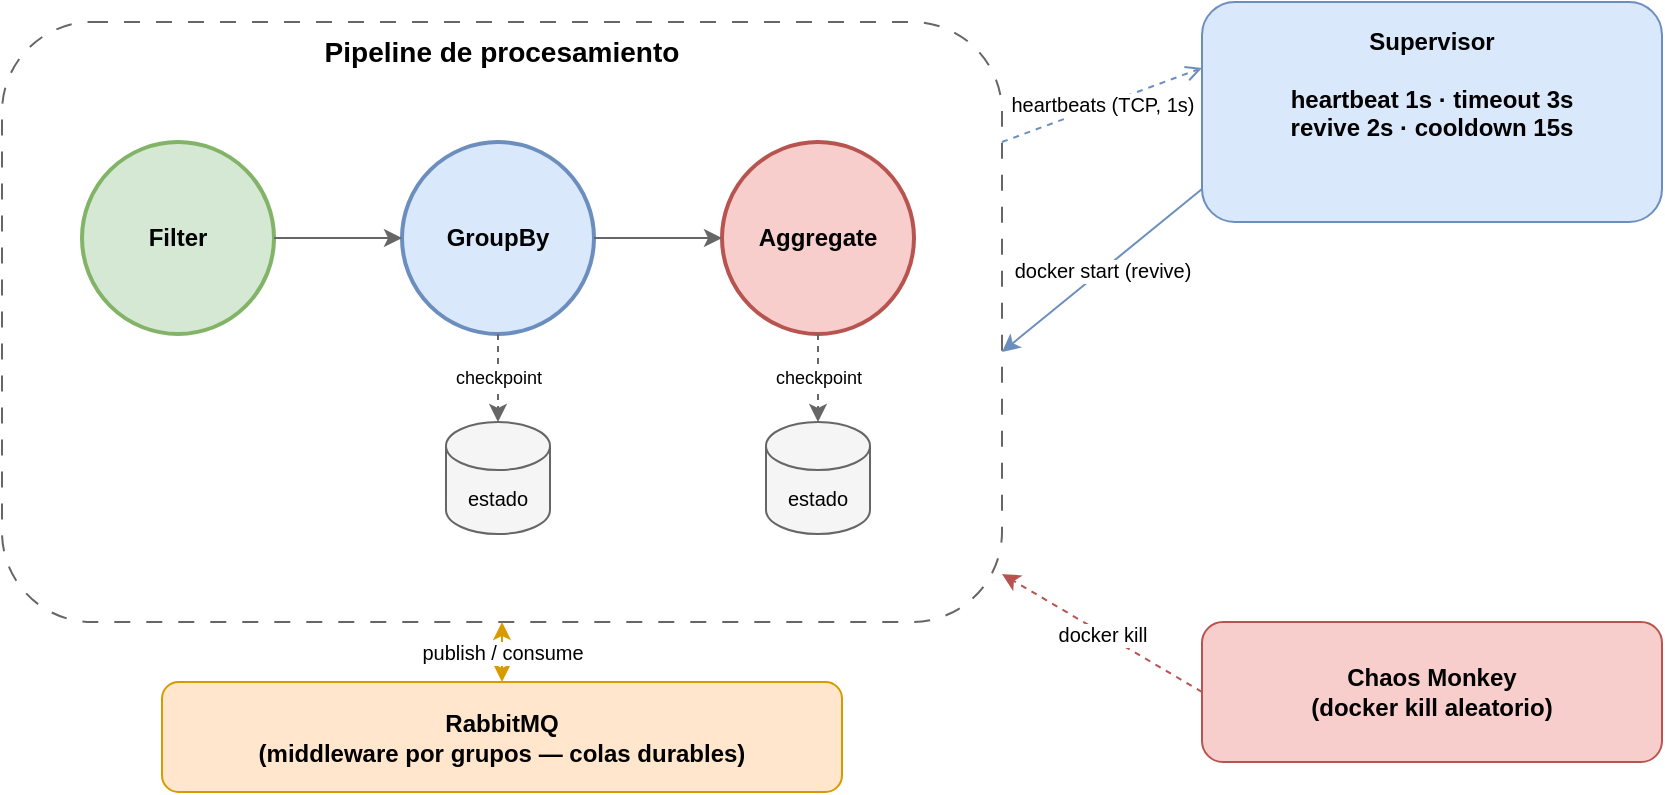
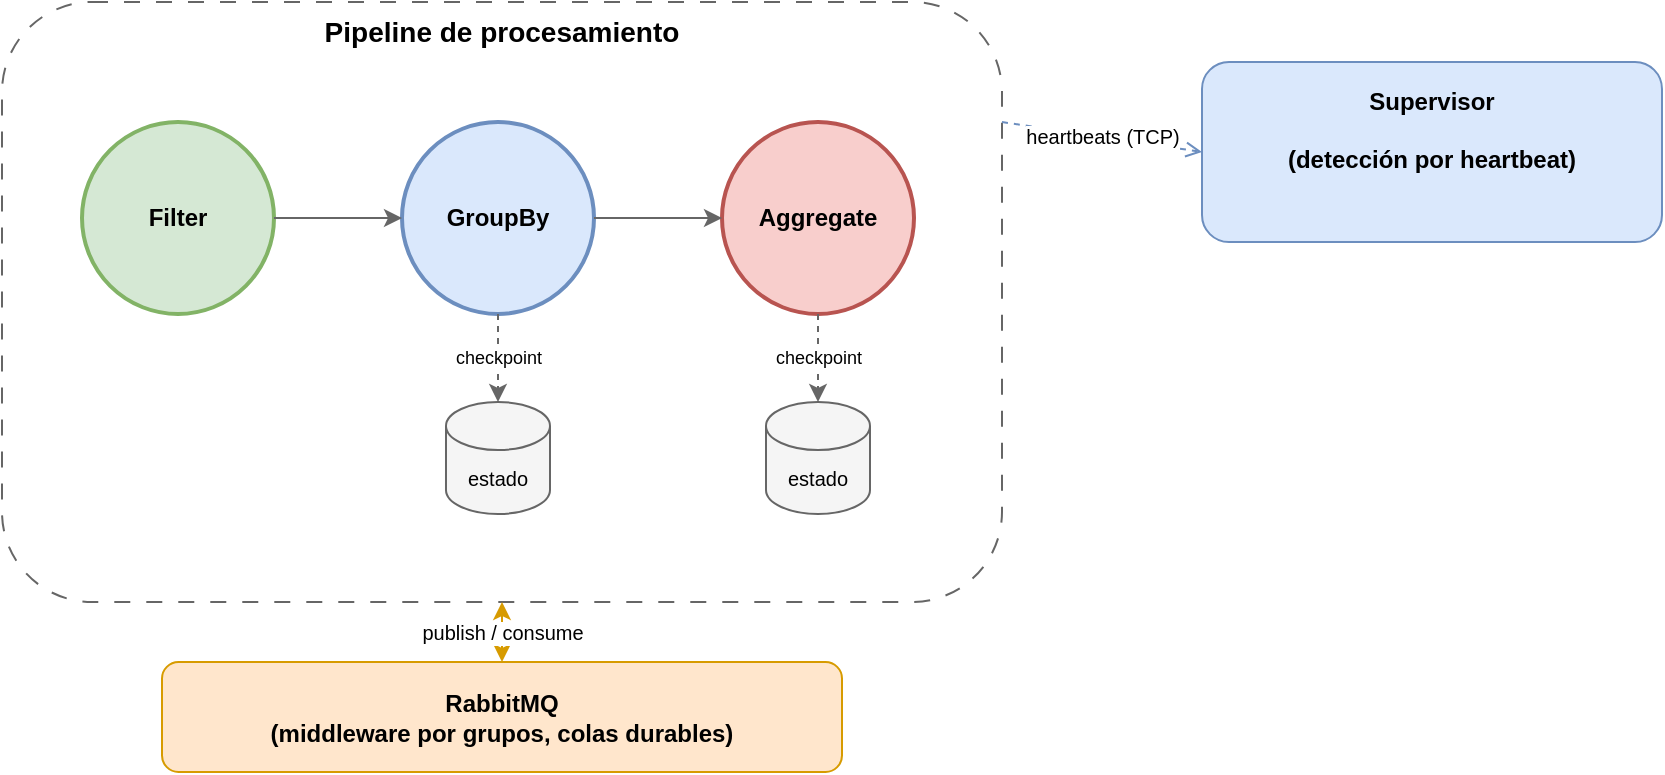
<mxfile host="app.diagrams.net" version="24.0.0">
  <diagram name="ft-architecture" id="ftarch">
    <mxGraphModel dx="900" dy="600" grid="0" gridSize="10" guides="1" tooltips="1" connect="1" arrows="1" fold="1" page="1" pageScale="1" pageWidth="900" pageHeight="520" math="0" shadow="0">
      <root>
        <mxCell id="0" />
        <mxCell id="1" parent="0" />


        <mxCell id="pipe" value="Pipeline de procesamiento" style="rounded=1;whiteSpace=wrap;html=1;fillColor=none;strokeColor=#666666;dashed=1;dashPattern=8 8;verticalAlign=top;fontSize=14;fontStyle=1;" vertex="1" parent="1">
          <mxGeometry x="20.00" y="30.00" width="500" height="300" as="geometry" />
        </mxCell>


        <mxCell id="nfilter" value="Filter" style="ellipse;whiteSpace=wrap;html=1;aspect=fixed;strokeWidth=2;fillColor=#d5e8d4;strokeColor=#82b366;fontStyle=1" vertex="1" parent="1">
          <mxGeometry x="60.00" y="90.00" width="96" height="96" as="geometry" />
        </mxCell>
        <mxCell id="ngroup" value="GroupBy" style="ellipse;whiteSpace=wrap;html=1;aspect=fixed;strokeWidth=2;fillColor=#dae8fc;strokeColor=#6c8ebf;fontStyle=1" vertex="1" parent="1">
          <mxGeometry x="220.00" y="90.00" width="96" height="96" as="geometry" />
        </mxCell>
        <mxCell id="naggr" value="Aggregate" style="ellipse;whiteSpace=wrap;html=1;aspect=fixed;strokeWidth=2;fillColor=#f8cecc;strokeColor=#b85450;fontStyle=1" vertex="1" parent="1">
          <mxGeometry x="380.00" y="90.00" width="96" height="96" as="geometry" />
        </mxCell>


        <mxCell id="cgroup" value="estado" style="shape=cylinder3;whiteSpace=wrap;html=1;boundedLbl=1;backgroundOutline=1;size=12;fillColor=#f5f5f5;strokeColor=#666666;fontSize=10" vertex="1" parent="1">
          <mxGeometry x="242.00" y="230.00" width="52" height="56" as="geometry" />
        </mxCell>
        <mxCell id="caggr" value="estado" style="shape=cylinder3;whiteSpace=wrap;html=1;boundedLbl=1;backgroundOutline=1;size=12;fillColor=#f5f5f5;strokeColor=#666666;fontSize=10" vertex="1" parent="1">
          <mxGeometry x="402.00" y="230.00" width="52" height="56" as="geometry" />
        </mxCell>


        <mxCell id="e1" style="endArrow=classic;html=1;strokeColor=#666666;" edge="1" parent="1" source="nfilter" target="ngroup"><mxGeometry relative="1" as="geometry" /></mxCell>
        <mxCell id="e2" style="endArrow=classic;html=1;strokeColor=#666666;" edge="1" parent="1" source="ngroup" target="naggr"><mxGeometry relative="1" as="geometry" /></mxCell>
        <mxCell id="ec1" value="checkpoint" style="endArrow=classic;html=1;strokeColor=#666666;fontSize=9;dashed=1;" edge="1" parent="1" source="ngroup" target="cgroup"><mxGeometry relative="1" as="geometry" /></mxCell>
        <mxCell id="ec2" value="checkpoint" style="endArrow=classic;html=1;strokeColor=#666666;fontSize=9;dashed=1;" edge="1" parent="1" source="naggr" target="caggr"><mxGeometry relative="1" as="geometry" /></mxCell>


-         <mxCell id="rabbit" value="RabbitMQ&#10;(middleware por grupos — colas durables)" style="rounded=1;whiteSpace=wrap;html=1;fillColor=#ffe6cc;strokeColor=#d79b00;fontStyle=1" vertex="1" parent="1">
+         <mxCell id="rabbit" value="RabbitMQ&#10;(middleware por grupos, colas durables)" style="rounded=1;whiteSpace=wrap;html=1;fillColor=#ffe6cc;strokeColor=#d79b00;fontStyle=1" vertex="1" parent="1">
          <mxGeometry x="100.00" y="360.00" width="340" height="55" as="geometry" />
        </mxCell>
        <mxCell id="edata" value="publish / consume" style="endArrow=classic;startArrow=classic;html=1;strokeColor=#d79b00;fontSize=10;" edge="1" parent="1" source="pipe" target="rabbit"><mxGeometry relative="1" as="geometry" /></mxCell>


-         <mxCell id="sup" value="Supervisor&#10;&#10;heartbeat 1s · timeout 3s&#10;revive 2s · cooldown 15s" style="rounded=1;whiteSpace=wrap;html=1;fillColor=#dae8fc;strokeColor=#6c8ebf;fontStyle=1;verticalAlign=top;spacingTop=6" vertex="1" parent="1">
-           <mxGeometry x="620.00" y="20.00" width="230" height="110" as="geometry" />
-         </mxCell>
- 
-         <mxCell id="chaos" value="Chaos Monkey&#10;(docker kill aleatorio)" style="rounded=1;whiteSpace=wrap;html=1;fillColor=#f8cecc;strokeColor=#b85450;fontStyle=1" vertex="1" parent="1">
-           <mxGeometry x="620.00" y="330.00" width="230" height="70" as="geometry" />
+         <mxCell id="sup" value="Supervisor&#10;&#10;(detección por heartbeat)" style="rounded=1;whiteSpace=wrap;html=1;fillColor=#dae8fc;strokeColor=#6c8ebf;fontStyle=1;verticalAlign=top;spacingTop=6" vertex="1" parent="1">
+           <mxGeometry x="620.00" y="60.00" width="230" height="90" as="geometry" />
        </mxCell>


-         <mxCell id="ehb" value="heartbeats (TCP, 1s)" style="endArrow=open;html=1;dashed=1;strokeColor=#6c8ebf;fontSize=10;exitX=1;exitY=0.2;exitDx=0;exitDy=0;entryX=0;entryY=0.3;entryDx=0;entryDy=0;" edge="1" parent="1" source="pipe" target="sup"><mxGeometry relative="1" as="geometry" /></mxCell>
-         <mxCell id="erev" value="docker start (revive)" style="endArrow=classic;html=1;strokeColor=#6c8ebf;fontSize=10;exitX=0;exitY=0.85;exitDx=0;exitDy=0;entryX=1;entryY=0.55;entryDx=0;entryDy=0;" edge="1" parent="1" source="sup" target="pipe"><mxGeometry relative="1" as="geometry" /></mxCell>
-         <mxCell id="ekill" value="docker kill" style="endArrow=classic;html=1;dashed=1;strokeColor=#b85450;fontSize=10;exitX=0;exitY=0.5;exitDx=0;exitDy=0;entryX=1;entryY=0.92;entryDx=0;entryDy=0;" edge="1" parent="1" source="chaos" target="pipe"><mxGeometry relative="1" as="geometry" /></mxCell>
+         <mxCell id="ehb" value="heartbeats (TCP)" style="endArrow=open;html=1;dashed=1;strokeColor=#6c8ebf;fontSize=10;exitX=1;exitY=0.2;exitDx=0;exitDy=0;entryX=0;entryY=0.5;entryDx=0;entryDy=0;" edge="1" parent="1" source="pipe" target="sup"><mxGeometry relative="1" as="geometry" /></mxCell>

      </root>
    </mxGraphModel>
  </diagram>
</mxfile>